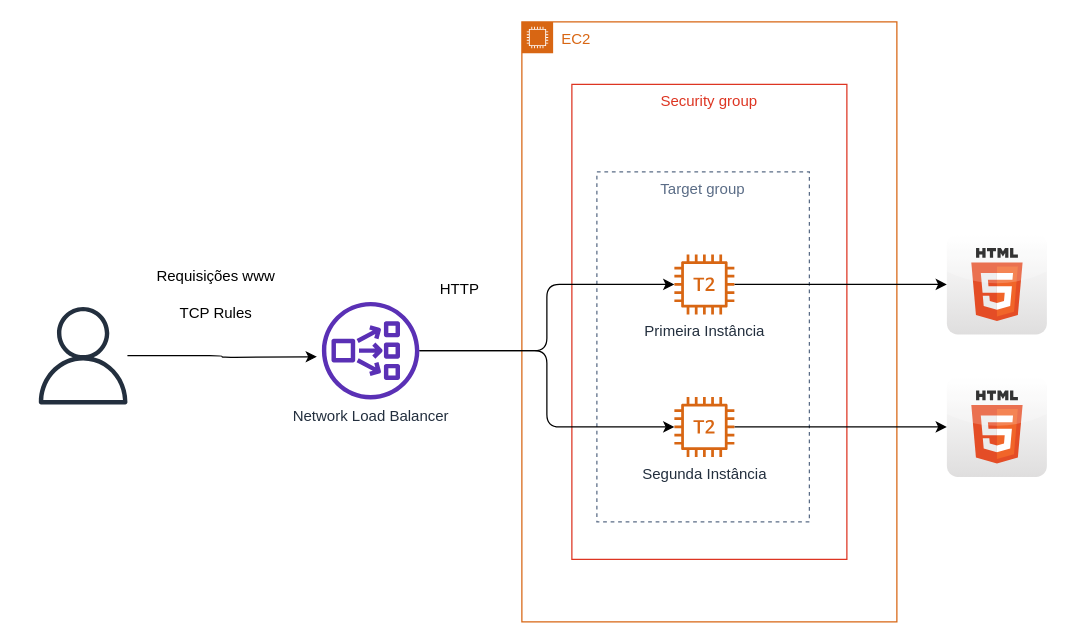
Before: page "NLB" (3 of 4) of aws solutions architect associate/Diagramas.drawio in carloslima78/aws-trilhas, a draw.io diagram. Source tidied: cells renumbered, new cells numbered last; positions are measured from the earlier drawing's top-left corner, leaving out a move shared by most shapes. Both pictures are drawn from the tidied source at 125%, with x=0, y=0 at pixel (34, 21).
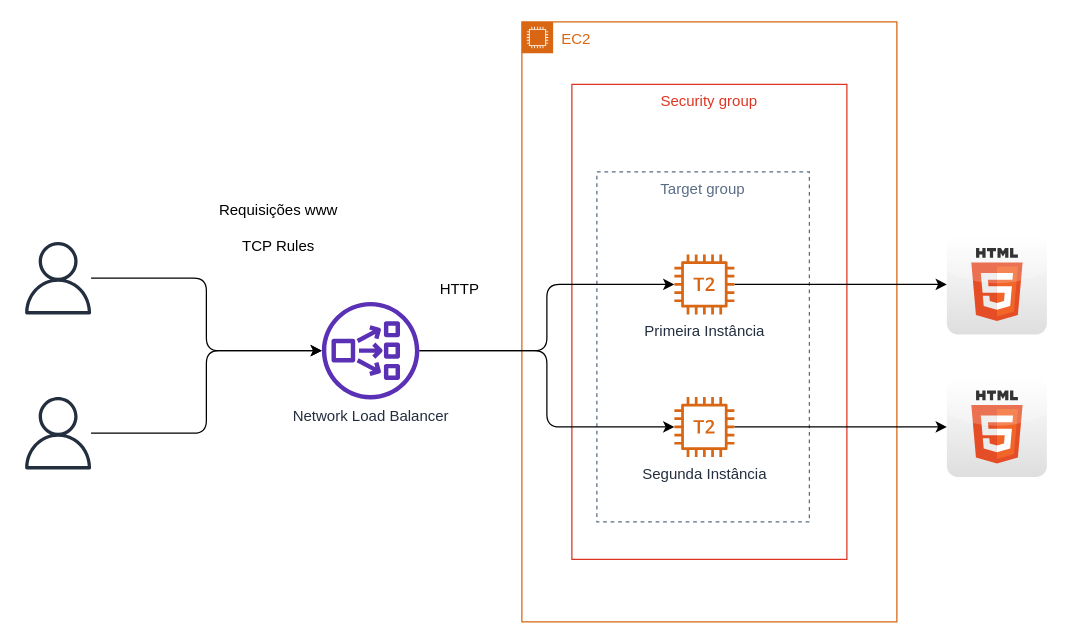
The same diagram, later.

Diff of the diagram source:
```diff
@@
 <mxGraphModel>
   <root>
     <mxCell id="0" />
     <mxCell id="1" parent="0" />
     <mxCell id="2" value="EC2" style="gradientColor=none;html=1;whiteSpace=wrap;fontSize=12;fontStyle=0;shape=mxgraph.aws4.group;grIcon=mxgraph.aws4.group_ec2_instance_contents;strokeColor=#D86613;fillColor=none;verticalAlign=top;align=left;spacingLeft=30;fontColor=#D86613;dashed=0;" parent="1" vertex="1">
       <mxGeometry x="390" width="300" height="480" as="geometry" />
     </mxCell>
     <mxCell id="3" value="Security group" style="fillColor=none;strokeColor=#DD3522;verticalAlign=top;fontStyle=0;fontColor=#DD3522;" parent="1" vertex="1">
       <mxGeometry x="430" y="50" width="220" height="380" as="geometry" />
     </mxCell>
     <mxCell id="4" value="Target group" style="fillColor=none;strokeColor=#5A6C86;dashed=1;verticalAlign=top;fontStyle=0;fontColor=#5A6C86;" parent="1" vertex="1">
       <mxGeometry x="450" y="120" width="170" height="280" as="geometry" />
     </mxCell>
     <mxCell id="5" style="edgeStyle=orthogonalEdgeStyle;rounded=1;jettySize=auto;html=1;" parent="1" edge="1" source="6" target="9">
       <mxGeometry relative="1" as="geometry" />
     </mxCell>
     <mxCell id="6" value="Primeira Instância" style="outlineConnect=0;fontColor=#232F3E;gradientColor=none;fillColor=#D86613;strokeColor=none;dashed=0;verticalLabelPosition=bottom;verticalAlign=top;align=center;html=1;fontSize=12;fontStyle=0;shape=mxgraph.aws4.t2_instance;" parent="1" vertex="1">
       <mxGeometry x="512" y="186" width="48" height="48" as="geometry" />
     </mxCell>
     <mxCell id="7" style="edgeStyle=orthogonalEdgeStyle;rounded=1;jettySize=auto;html=1;" parent="1" edge="1" source="8" target="10">
       <mxGeometry relative="1" as="geometry" />
     </mxCell>
     <mxCell id="8" value="Segunda Instância" style="outlineConnect=0;fontColor=#232F3E;gradientColor=none;fillColor=#D86613;strokeColor=none;dashed=0;verticalLabelPosition=bottom;verticalAlign=top;align=center;html=1;fontSize=12;fontStyle=0;shape=mxgraph.aws4.t2_instance;" parent="1" vertex="1">
       <mxGeometry x="512" y="300" width="48" height="48" as="geometry" />
     </mxCell>
     <mxCell id="9" style="dashed=0;outlineConnect=0;html=1;align=center;labelPosition=center;verticalLabelPosition=bottom;verticalAlign=top;shape=mxgraph.webicons.html5;gradientColor=#DFDEDE;" parent="1" vertex="1">
       <mxGeometry x="730" y="170" width="80" height="80" as="geometry" />
     </mxCell>
     <mxCell id="10" style="dashed=0;outlineConnect=0;html=1;align=center;labelPosition=center;verticalLabelPosition=bottom;verticalAlign=top;shape=mxgraph.webicons.html5;gradientColor=#DFDEDE;" parent="1" vertex="1">
       <mxGeometry x="730" y="284" width="80" height="80" as="geometry" />
     </mxCell>
-    <mxCell id="11" style="edgeStyle=orthogonalEdgeStyle;rounded=1;jettySize=auto;html=1;" parent="1" edge="1" source="12">
-      <mxGeometry relative="1" as="geometry">
-        <mxPoint x="226" y="267.9" as="targetPoint" />
-      </mxGeometry>
-    </mxCell>
+    <mxCell id="18" style="edgeStyle=orthogonalEdgeStyle;rounded=1;jettySize=auto;html=1;" parent="1" edge="1" source="12" target="17">
+      <mxGeometry relative="1" as="geometry" />
+    </mxCell>
     <mxCell id="12" style="outlineConnect=0;fontColor=#232F3E;gradientColor=none;fillColor=#232F3E;strokeColor=none;dashed=0;verticalLabelPosition=bottom;verticalAlign=top;align=center;html=1;fontSize=12;fontStyle=0;shape=mxgraph.aws4.user;" parent="1" vertex="1">
-      <mxGeometry y="228" width="78" height="78" as="geometry" />
+      <mxGeometry x="-10" y="176" width="58" height="58" as="geometry" />
     </mxCell>
     <mxCell id="13" value="Requisições www&lt;br&gt;&lt;br&gt;TCP Rules" style="text;html=1;align=center;verticalAlign=middle;strokeColor=none;" parent="1" vertex="1">
-      <mxGeometry x="90" y="193" width="110" height="50" as="geometry" />
+      <mxGeometry x="140" y="140" width="110" height="50" as="geometry" />
     </mxCell>
     <mxCell id="14" value="HTTP" style="text;html=1;align=center;verticalAlign=middle;strokeColor=none;" parent="1" vertex="1">
       <mxGeometry x="315" y="204" width="50" height="20" as="geometry" />
     </mxCell>
     <mxCell id="15" style="edgeStyle=orthogonalEdgeStyle;rounded=1;jettySize=auto;html=1;" parent="1" edge="1" source="17" target="6">
       <mxGeometry relative="1" as="geometry" />
     </mxCell>
     <mxCell id="16" style="edgeStyle=orthogonalEdgeStyle;rounded=1;jettySize=auto;html=1;" parent="1" edge="1" source="17" target="8">
       <mxGeometry relative="1" as="geometry" />
     </mxCell>
     <mxCell id="17" value="Network Load Balancer" style="outlineConnect=0;fontColor=#232F3E;gradientColor=none;fillColor=#5A30B5;strokeColor=none;dashed=0;verticalLabelPosition=bottom;verticalAlign=top;align=center;html=1;fontSize=12;fontStyle=0;shape=mxgraph.aws4.network_load_balancer;" parent="1" vertex="1">
       <mxGeometry x="230" y="224" width="78" height="78" as="geometry" />
     </mxCell>
+    <mxCell id="19" style="edgeStyle=orthogonalEdgeStyle;rounded=1;jettySize=auto;html=1;" parent="1" edge="1" source="20" target="17">
+      <mxGeometry relative="1" as="geometry" />
+    </mxCell>
+    <mxCell id="20" style="outlineConnect=0;fontColor=#232F3E;gradientColor=none;fillColor=#232F3E;strokeColor=none;dashed=0;verticalLabelPosition=bottom;verticalAlign=top;align=center;html=1;fontSize=12;fontStyle=0;shape=mxgraph.aws4.user;" parent="1" vertex="1">
+      <mxGeometry x="-10" y="300" width="58" height="58" as="geometry" />
+    </mxCell>
   </root>
 </mxGraphModel>
```
